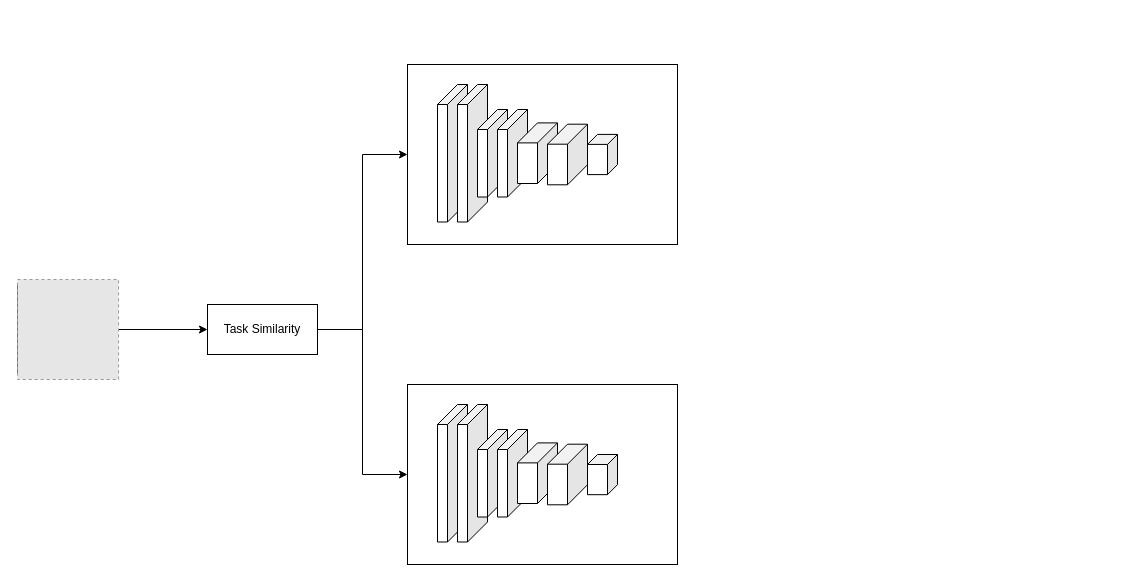
Earlier version of the draw.io diagram Auxiliary branch.drawio (ZLey373/ImagesXMind). Source tidied: cells renumbered, new cells numbered last; positions are measured from the earlier drawing's top-left corner, leaving out a move shared by most shapes. Both pictures are drawn from the tidied source at 100%, with x=0, y=0 at pixel (17, 64). Pictures stored in the file or linked from it are replaced by grey dashed boxes.
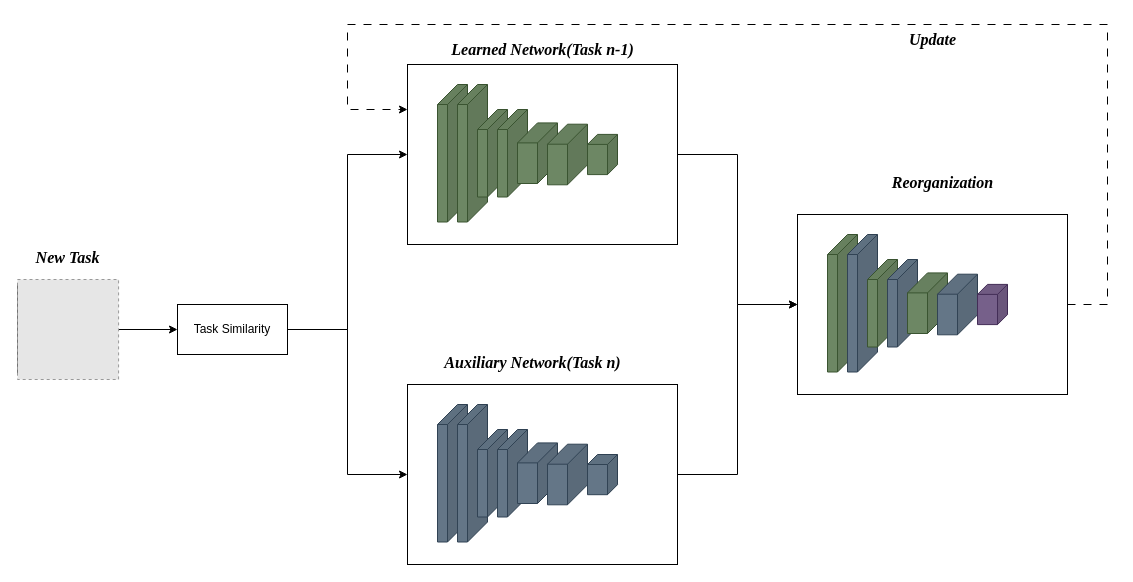
Above is the later version.

The change refers to these unchanged cells:
```xml
<mxCell id="5" style="rounded=0;whiteSpace=wrap;html=1;" parent="1" vertex="1">
  <mxGeometry x="390" width="270" height="180" as="geometry" />
</mxCell>
<mxCell id="14" style="rounded=0;whiteSpace=wrap;html=1;" parent="1" vertex="1">
  <mxGeometry x="390" y="320" width="270" height="180" as="geometry" />
</mxCell>
```

The edit, as a diff of the source:
```diff
@@
+    <mxCell id="24" style="edgeStyle=orthogonalEdgeStyle;rounded=0;jettySize=auto;html=1;entryX=0;entryY=0.5;entryDx=0;entryDy=0;" parent="1" edge="1" source="5" target="27">
+      <mxGeometry relative="1" as="geometry" />
+    </mxCell>
@@
     <mxCell id="7" value="Task Similarity" style="rounded=0;whiteSpace=wrap;html=1;" parent="1" vertex="1">
-      <mxGeometry x="190" y="240" width="110" height="50" as="geometry" />
+      <mxGeometry x="160" y="240" width="110" height="50" as="geometry" />
     </mxCell>
-    <mxCell id="8" style="shape=cube;whiteSpace=wrap;html=1;boundedLbl=1;backgroundOutline=1;darkOpacity=0.05;darkOpacity2=0.1;rotation=0;flipH=1;" parent="1" vertex="1">
+    <mxCell id="8" style="shape=cube;whiteSpace=wrap;html=1;boundedLbl=1;backgroundOutline=1;darkOpacity=0.05;darkOpacity2=0.1;rotation=0;flipH=1;fillColor=#6d8764;fontColor=#ffffff;strokeColor=#3A5431;" parent="1" vertex="1">
       <mxGeometry x="420" y="20" width="30" height="137.5" as="geometry" />
     </mxCell>
-    <mxCell id="9" style="shape=cube;whiteSpace=wrap;html=1;boundedLbl=1;backgroundOutline=1;darkOpacity=0.05;darkOpacity2=0.1;rotation=0;flipH=1;" parent="1" vertex="1">
+    <mxCell id="9" style="shape=cube;whiteSpace=wrap;html=1;boundedLbl=1;backgroundOutline=1;darkOpacity=0.05;darkOpacity2=0.1;rotation=0;flipH=1;fillColor=#6d8764;fontColor=#ffffff;strokeColor=#3A5431;" parent="1" vertex="1">
       <mxGeometry x="440" y="20" width="30" height="137.5" as="geometry" />
     </mxCell>
-    <mxCell id="10" style="shape=cube;whiteSpace=wrap;html=1;boundedLbl=1;backgroundOutline=1;darkOpacity=0.05;darkOpacity2=0.1;rotation=0;flipH=1;" parent="1" vertex="1">
+    <mxCell id="10" style="shape=cube;whiteSpace=wrap;html=1;boundedLbl=1;backgroundOutline=1;darkOpacity=0.05;darkOpacity2=0.1;rotation=0;flipH=1;fillColor=#6d8764;fontColor=#ffffff;strokeColor=#3A5431;" parent="1" vertex="1">
       <mxGeometry x="460" y="45" width="30" height="87.5" as="geometry" />
     </mxCell>
-    <mxCell id="11" style="shape=cube;whiteSpace=wrap;html=1;boundedLbl=1;backgroundOutline=1;darkOpacity=0.05;darkOpacity2=0.1;rotation=0;flipH=1;" parent="1" vertex="1">
+    <mxCell id="11" style="shape=cube;whiteSpace=wrap;html=1;boundedLbl=1;backgroundOutline=1;darkOpacity=0.05;darkOpacity2=0.1;rotation=0;flipH=1;fillColor=#6d8764;fontColor=#ffffff;strokeColor=#3A5431;" parent="1" vertex="1">
       <mxGeometry x="480" y="45" width="30" height="87.5" as="geometry" />
     </mxCell>
-    <mxCell id="12" style="shape=cube;whiteSpace=wrap;html=1;boundedLbl=1;backgroundOutline=1;darkOpacity=0.05;darkOpacity2=0.1;rotation=0;flipH=1;size=20;" parent="1" vertex="1">
+    <mxCell id="12" style="shape=cube;whiteSpace=wrap;html=1;boundedLbl=1;backgroundOutline=1;darkOpacity=0.05;darkOpacity2=0.1;rotation=0;flipH=1;size=20;fillColor=#6d8764;fontColor=#ffffff;strokeColor=#3A5431;" parent="1" vertex="1">
       <mxGeometry x="500" y="58.4" width="40" height="60.6" as="geometry" />
     </mxCell>
-    <mxCell id="13" style="shape=cube;whiteSpace=wrap;html=1;boundedLbl=1;backgroundOutline=1;darkOpacity=0.05;darkOpacity2=0.1;rotation=0;flipH=1;size=20;" parent="1" vertex="1">
+    <mxCell id="13" style="shape=cube;whiteSpace=wrap;html=1;boundedLbl=1;backgroundOutline=1;darkOpacity=0.05;darkOpacity2=0.1;rotation=0;flipH=1;size=20;fillColor=#6d8764;fontColor=#ffffff;strokeColor=#3A5431;" parent="1" vertex="1">
       <mxGeometry x="530" y="59.7" width="40" height="60.6" as="geometry" />
     </mxCell>
+    <mxCell id="25" style="edgeStyle=orthogonalEdgeStyle;rounded=0;jettySize=auto;html=1;entryX=0;entryY=0.5;entryDx=0;entryDy=0;" parent="1" edge="1" source="14" target="27">
+      <mxGeometry relative="1" as="geometry" />
+    </mxCell>
@@
-    <mxCell id="15" style="shape=cube;whiteSpace=wrap;html=1;boundedLbl=1;backgroundOutline=1;darkOpacity=0.05;darkOpacity2=0.1;rotation=0;flipH=1;" parent="1" vertex="1">
+    <mxCell id="15" style="shape=cube;whiteSpace=wrap;html=1;boundedLbl=1;backgroundOutline=1;darkOpacity=0.05;darkOpacity2=0.1;rotation=0;flipH=1;fillColor=#647687;fontColor=#ffffff;strokeColor=#314354;" parent="1" vertex="1">
       <mxGeometry x="420" y="340" width="30" height="137.5" as="geometry" />
     </mxCell>
-    <mxCell id="16" style="shape=cube;whiteSpace=wrap;html=1;boundedLbl=1;backgroundOutline=1;darkOpacity=0.05;darkOpacity2=0.1;rotation=0;flipH=1;" parent="1" vertex="1">
+    <mxCell id="16" style="shape=cube;whiteSpace=wrap;html=1;boundedLbl=1;backgroundOutline=1;darkOpacity=0.05;darkOpacity2=0.1;rotation=0;flipH=1;fillColor=#647687;fontColor=#ffffff;strokeColor=#314354;" parent="1" vertex="1">
       <mxGeometry x="440" y="340" width="30" height="137.5" as="geometry" />
     </mxCell>
-    <mxCell id="17" style="shape=cube;whiteSpace=wrap;html=1;boundedLbl=1;backgroundOutline=1;darkOpacity=0.05;darkOpacity2=0.1;rotation=0;flipH=1;" parent="1" vertex="1">
+    <mxCell id="17" style="shape=cube;whiteSpace=wrap;html=1;boundedLbl=1;backgroundOutline=1;darkOpacity=0.05;darkOpacity2=0.1;rotation=0;flipH=1;fillColor=#647687;fontColor=#ffffff;strokeColor=#314354;" parent="1" vertex="1">
       <mxGeometry x="460" y="365" width="30" height="87.5" as="geometry" />
     </mxCell>
-    <mxCell id="18" style="shape=cube;whiteSpace=wrap;html=1;boundedLbl=1;backgroundOutline=1;darkOpacity=0.05;darkOpacity2=0.1;rotation=0;flipH=1;" parent="1" vertex="1">
+    <mxCell id="18" style="shape=cube;whiteSpace=wrap;html=1;boundedLbl=1;backgroundOutline=1;darkOpacity=0.05;darkOpacity2=0.1;rotation=0;flipH=1;fillColor=#647687;fontColor=#ffffff;strokeColor=#314354;" parent="1" vertex="1">
       <mxGeometry x="480" y="365" width="30" height="87.5" as="geometry" />
     </mxCell>
-    <mxCell id="19" style="shape=cube;whiteSpace=wrap;html=1;boundedLbl=1;backgroundOutline=1;darkOpacity=0.05;darkOpacity2=0.1;rotation=0;flipH=1;size=20;" parent="1" vertex="1">
+    <mxCell id="19" style="shape=cube;whiteSpace=wrap;html=1;boundedLbl=1;backgroundOutline=1;darkOpacity=0.05;darkOpacity2=0.1;rotation=0;flipH=1;size=20;fillColor=#647687;fontColor=#ffffff;strokeColor=#314354;" parent="1" vertex="1">
       <mxGeometry x="500" y="378.4" width="40" height="60.6" as="geometry" />
     </mxCell>
-    <mxCell id="20" style="shape=cube;whiteSpace=wrap;html=1;boundedLbl=1;backgroundOutline=1;darkOpacity=0.05;darkOpacity2=0.1;rotation=0;flipH=1;size=20;" parent="1" vertex="1">
+    <mxCell id="20" style="shape=cube;whiteSpace=wrap;html=1;boundedLbl=1;backgroundOutline=1;darkOpacity=0.05;darkOpacity2=0.1;rotation=0;flipH=1;size=20;fillColor=#647687;fontColor=#ffffff;strokeColor=#314354;" parent="1" vertex="1">
       <mxGeometry x="530" y="379.7" width="40" height="60.6" as="geometry" />
     </mxCell>
-    <mxCell id="21" style="shape=cube;whiteSpace=wrap;html=1;boundedLbl=1;backgroundOutline=1;darkOpacity=0.05;darkOpacity2=0.1;rotation=0;flipH=1;size=10;" parent="1" vertex="1">
+    <mxCell id="21" style="shape=cube;whiteSpace=wrap;html=1;boundedLbl=1;backgroundOutline=1;darkOpacity=0.05;darkOpacity2=0.1;rotation=0;flipH=1;size=10;fillColor=#647687;fontColor=#ffffff;strokeColor=#314354;" parent="1" vertex="1">
       <mxGeometry x="570" y="390" width="30" height="40.2" as="geometry" />
     </mxCell>
@@
-    <mxCell id="23" style="shape=cube;whiteSpace=wrap;html=1;boundedLbl=1;backgroundOutline=1;darkOpacity=0.05;darkOpacity2=0.1;rotation=0;flipH=1;size=10;" parent="1" vertex="1">
+    <mxCell id="23" style="shape=cube;whiteSpace=wrap;html=1;boundedLbl=1;backgroundOutline=1;darkOpacity=0.05;darkOpacity2=0.1;rotation=0;flipH=1;size=10;fillColor=#6d8764;fontColor=#ffffff;strokeColor=#3A5431;" parent="1" vertex="1">
       <mxGeometry x="570" y="69.9" width="30" height="40.2" as="geometry" />
     </mxCell>
+    <mxCell id="26" style="edgeStyle=orthogonalEdgeStyle;rounded=0;jettySize=auto;html=1;entryX=0;entryY=0.25;entryDx=0;entryDy=0;dashed=1;dashPattern=8 8;" parent="1" edge="1" source="27" target="5">
+      <mxGeometry relative="1" as="geometry">
+        <Array as="points">
+          <mxPoint x="1090" y="240" />
+          <mxPoint x="1090" y="-40" />
+          <mxPoint x="330" y="-40" />
+          <mxPoint x="330" y="45" />
+        </Array>
+      </mxGeometry>
+    </mxCell>
+    <mxCell id="27" style="rounded=0;whiteSpace=wrap;html=1;" parent="1" vertex="1">
+      <mxGeometry x="780" y="150" width="270" height="180" as="geometry" />
+    </mxCell>
+    <mxCell id="28" style="shape=cube;whiteSpace=wrap;html=1;boundedLbl=1;backgroundOutline=1;darkOpacity=0.05;darkOpacity2=0.1;rotation=0;flipH=1;fillColor=#6d8764;fontColor=#ffffff;strokeColor=#3A5431;" parent="1" vertex="1">
+      <mxGeometry x="810" y="170" width="30" height="137.5" as="geometry" />
+    </mxCell>
+    <mxCell id="29" style="shape=cube;whiteSpace=wrap;html=1;boundedLbl=1;backgroundOutline=1;darkOpacity=0.05;darkOpacity2=0.1;rotation=0;flipH=1;fillColor=#647687;fontColor=#ffffff;strokeColor=#314354;" parent="1" vertex="1">
+      <mxGeometry x="830" y="170" width="30" height="137.5" as="geometry" />
+    </mxCell>
+    <mxCell id="30" style="shape=cube;whiteSpace=wrap;html=1;boundedLbl=1;backgroundOutline=1;darkOpacity=0.05;darkOpacity2=0.1;rotation=0;flipH=1;fillColor=#6d8764;fontColor=#ffffff;strokeColor=#3A5431;" parent="1" vertex="1">
+      <mxGeometry x="850" y="195" width="30" height="87.5" as="geometry" />
+    </mxCell>
+    <mxCell id="31" style="shape=cube;whiteSpace=wrap;html=1;boundedLbl=1;backgroundOutline=1;darkOpacity=0.05;darkOpacity2=0.1;rotation=0;flipH=1;fillColor=#647687;fontColor=#ffffff;strokeColor=#314354;" parent="1" vertex="1">
+      <mxGeometry x="870" y="195" width="30" height="87.5" as="geometry" />
+    </mxCell>
+    <mxCell id="32" style="shape=cube;whiteSpace=wrap;html=1;boundedLbl=1;backgroundOutline=1;darkOpacity=0.05;darkOpacity2=0.1;rotation=0;flipH=1;size=20;fillColor=#6d8764;fontColor=#ffffff;strokeColor=#3A5431;" parent="1" vertex="1">
+      <mxGeometry x="890" y="208.4" width="40" height="60.6" as="geometry" />
+    </mxCell>
+    <mxCell id="33" style="shape=cube;whiteSpace=wrap;html=1;boundedLbl=1;backgroundOutline=1;darkOpacity=0.05;darkOpacity2=0.1;rotation=0;flipH=1;size=20;fillColor=#647687;fontColor=#ffffff;strokeColor=#314354;" parent="1" vertex="1">
+      <mxGeometry x="920" y="209.7" width="40" height="60.6" as="geometry" />
+    </mxCell>
+    <mxCell id="34" style="shape=cube;whiteSpace=wrap;html=1;boundedLbl=1;backgroundOutline=1;darkOpacity=0.05;darkOpacity2=0.1;rotation=0;flipH=1;size=10;fillColor=#76608a;fontColor=#ffffff;strokeColor=#432D57;" parent="1" vertex="1">
+      <mxGeometry x="960" y="219.9" width="30" height="40.2" as="geometry" />
+    </mxCell>
+    <mxCell id="35" value="&lt;b&gt;&lt;i&gt;&lt;font style=&quot;font-size: 16px;&quot; face=&quot;Times New Roman&quot;&gt;Learned Network(Task n-1)&lt;/font&gt;&lt;/i&gt;&lt;/b&gt;" style="text;html=1;align=center;verticalAlign=middle;strokeColor=none;fillColor=none;" parent="1" vertex="1">
+      <mxGeometry x="420" y="-30" width="210" height="30" as="geometry" />
+    </mxCell>
+    <mxCell id="36" value="&lt;b&gt;&lt;i&gt;&lt;font style=&quot;font-size: 16px;&quot; face=&quot;Times New Roman&quot;&gt;Auxiliary Network(Task n)&lt;/font&gt;&lt;/i&gt;&lt;/b&gt;" style="text;html=1;align=center;verticalAlign=middle;strokeColor=none;fillColor=none;" parent="1" vertex="1">
+      <mxGeometry x="415" y="282.5" width="200" height="30" as="geometry" />
+    </mxCell>
+    <mxCell id="37" value="&lt;font face=&quot;Times New Roman&quot;&gt;&lt;span style=&quot;font-size: 16px;&quot;&gt;&lt;b&gt;&lt;i&gt;Reorganization&lt;/i&gt;&lt;/b&gt;&lt;/span&gt;&lt;/font&gt;" style="text;html=1;align=center;verticalAlign=middle;strokeColor=none;fillColor=none;" parent="1" vertex="1">
+      <mxGeometry x="865" y="102.5" width="120" height="30" as="geometry" />
+    </mxCell>
+    <mxCell id="38" value="&lt;font face=&quot;Times New Roman&quot;&gt;&lt;span style=&quot;font-size: 16px;&quot;&gt;&lt;b&gt;&lt;i&gt;Update&lt;/i&gt;&lt;/b&gt;&lt;/span&gt;&lt;/font&gt;" style="text;html=1;align=center;verticalAlign=middle;strokeColor=none;fillColor=none;" parent="1" vertex="1">
+      <mxGeometry x="880" y="-40" width="70" height="30" as="geometry" />
+    </mxCell>
+    <mxCell id="39" value="&lt;b&gt;&lt;i&gt;&lt;font style=&quot;font-size: 16px;&quot; face=&quot;Times New Roman&quot;&gt;New Task&lt;/font&gt;&lt;/i&gt;&lt;/b&gt;" style="text;html=1;align=center;verticalAlign=middle;strokeColor=none;fillColor=none;" parent="1" vertex="1">
+      <mxGeometry x="5" y="178.4" width="90" height="30" as="geometry" />
+    </mxCell>
```
